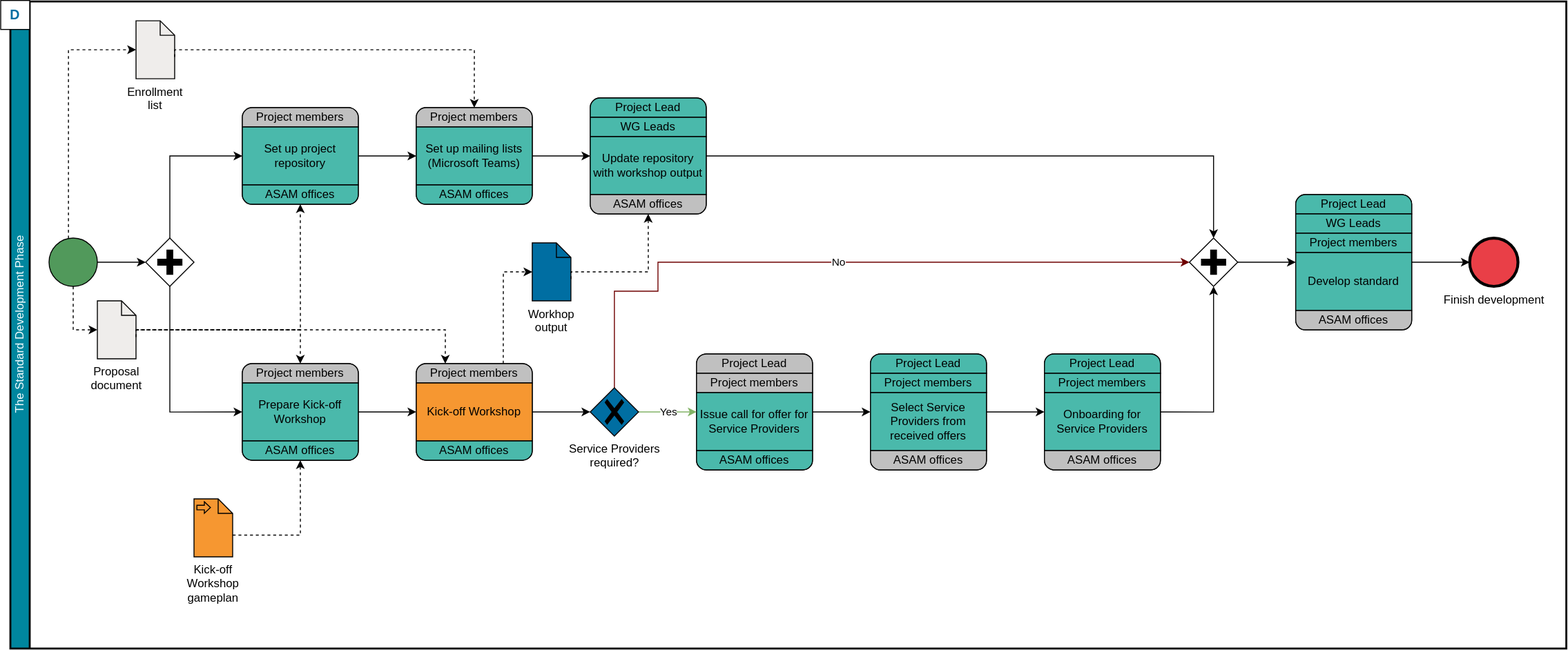
This is doc/modules/compendium/assets/images/asam/development_phase.drawio.svg from asam-ev/asam-project-guide, a draw.io export, as it was before one commit. Source tidied: cells renumbered, new cells last; positions are measured from the earlier drawing's top-left corner, leaving out a move shared by most shapes.
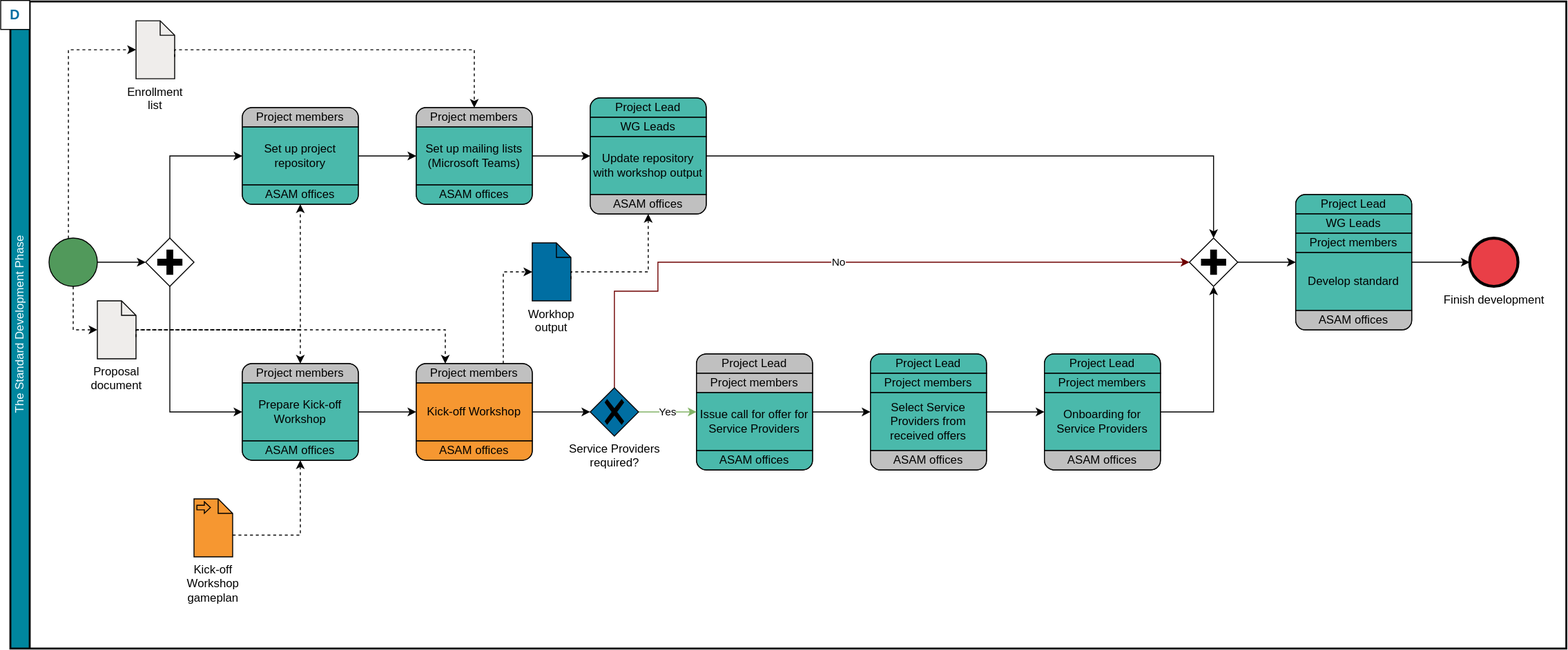
After the commit.

Commit message:
Restructured ideation phase

Change to the diagram source:
```diff
@@ -119,7 +119,7 @@
     <mxCell id="34" value="Kick-off Workshop" style="shape=mxgraph.bpmn.task;taskMarker=abstract;whiteSpace=wrap;fillColor=#F69731;" parent="32" vertex="1">
       <mxGeometry y="20" width="120" height="60" as="geometry" />
     </mxCell>
-    <mxCell id="35" value="ASAM offices" style="whiteSpace=wrap;html=1;shape=mxgraph.basic.rect;size=10;rectStyle=rounded;topRightStyle=square;topLeftStyle=square;fillColor=#4AB9AB;rounded=1;arcSize=20;" parent="32" vertex="1">
+    <mxCell id="35" value="ASAM offices" style="whiteSpace=wrap;html=1;shape=mxgraph.basic.rect;size=10;rectStyle=rounded;topRightStyle=square;topLeftStyle=square;fillColor=#F69731;rounded=1;arcSize=20;" parent="32" vertex="1">
       <mxGeometry y="80" width="120" height="20" as="geometry" />
     </mxCell>
     <mxCell id="36" style="edgeStyle=orthogonalEdgeStyle;rounded=0;jettySize=auto;html=1;" parent="2" edge="1" source="37" target="60">
```
